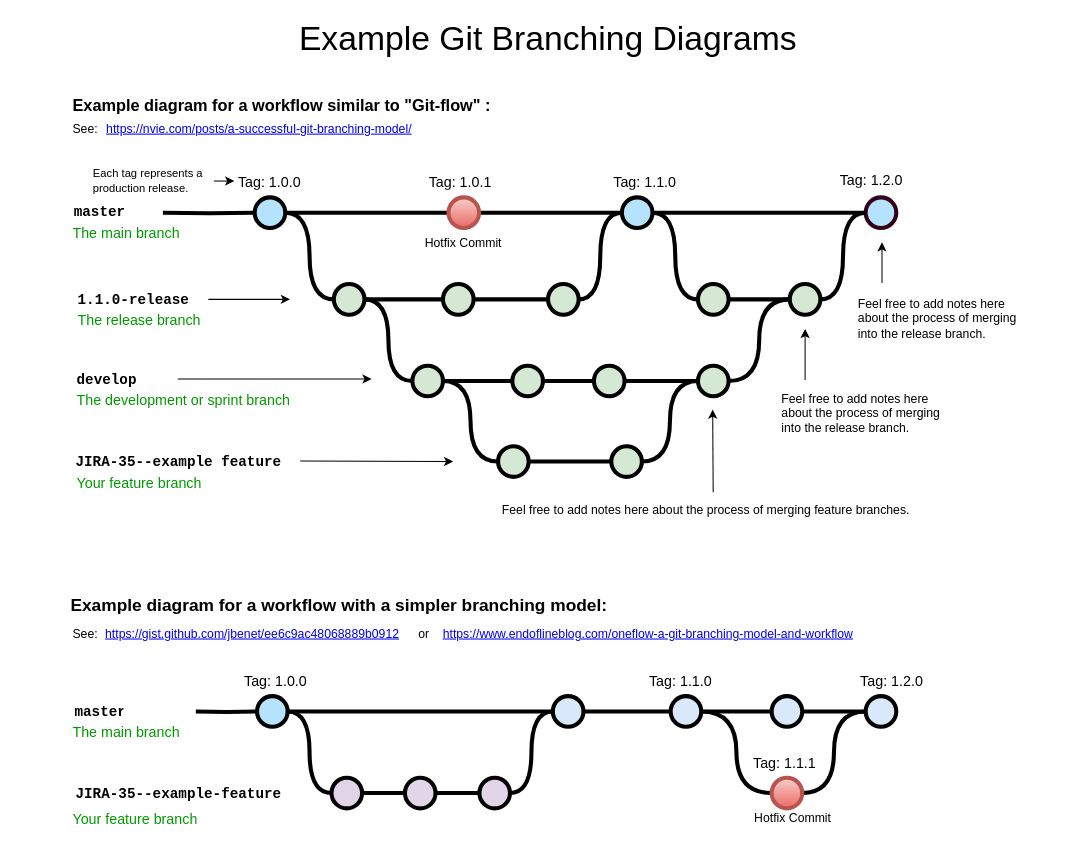
The draw.io diagram BranchingDiagram.drawio in alanmacgowan/alanmacgowan.github.io, before the edit. Source tidied: cells renumbered, new cells numbered last; positions are measured from the earlier drawing's top-left corner, leaving out a move shared by most shapes. Both pictures are drawn from the tidied source at 102%, with x=0, y=0 at pixel (68, 17).
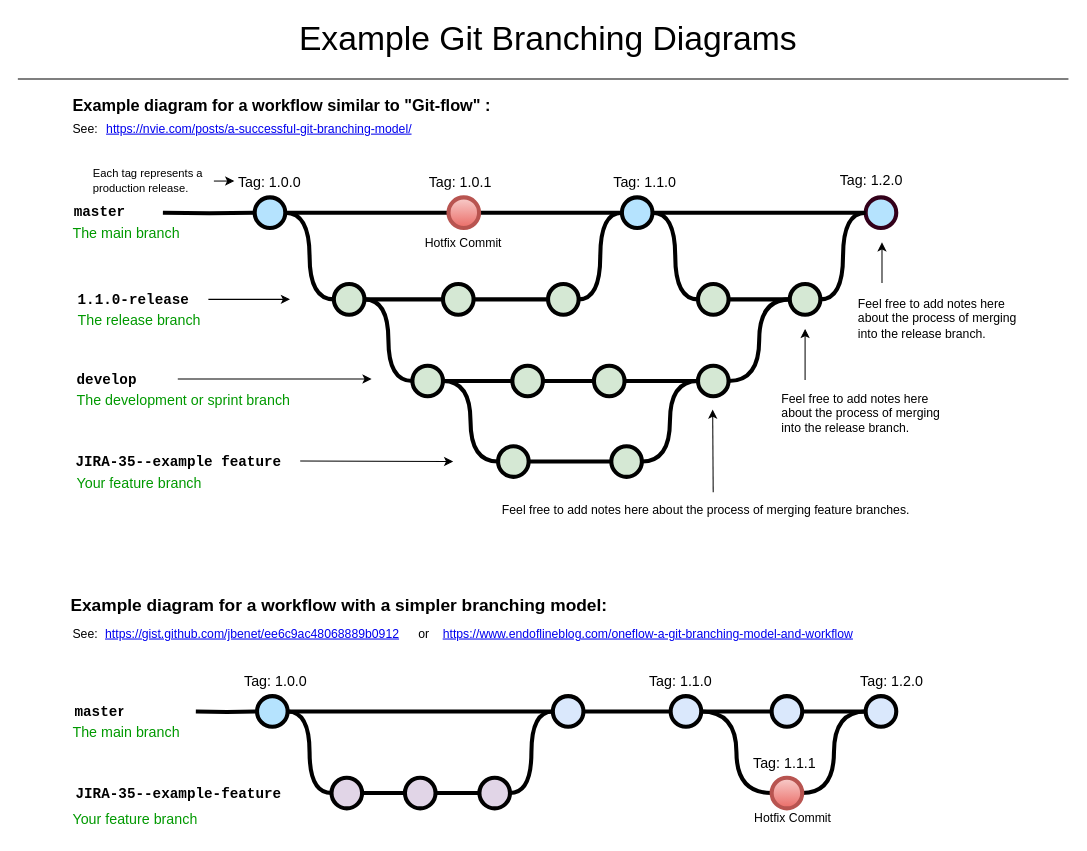
The same page after the edit.

Diff of the diagram source:
```diff
@@
+    <mxCell id="98" style="endArrow=none;html=1;" parent="1" edge="1">
+      <mxGeometry relative="1" as="geometry">
+        <mxPoint x="-50" y="60" as="sourcePoint" />
+        <mxPoint x="980" y="60" as="targetPoint" />
+      </mxGeometry>
+    </mxCell>
```
